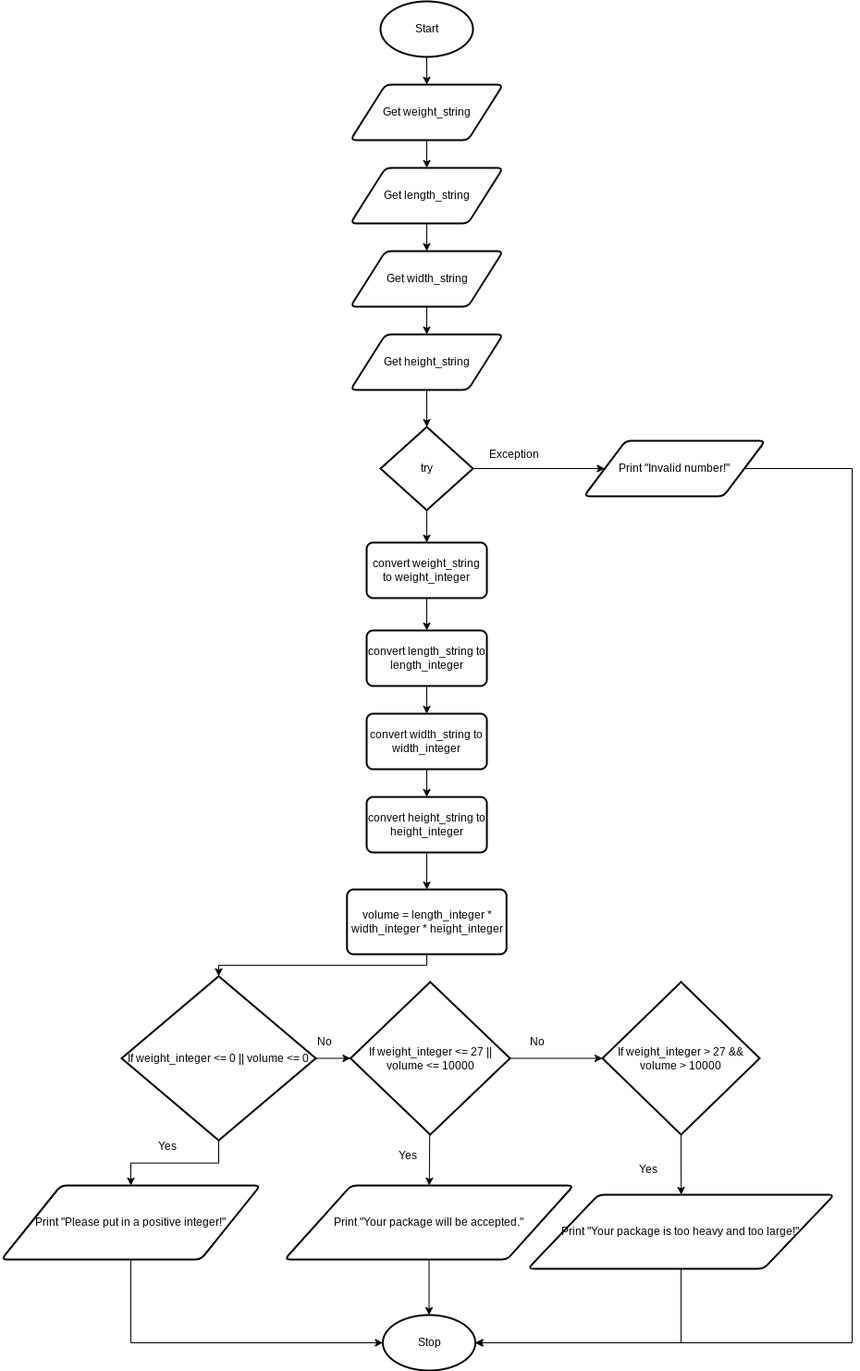
Before: design.package.flowchart.png, a diagram exported from draw.io (Yiyun-Qin/ICS3U-Assignment3-Python). Source tidied: cells renumbered, new cells last; positions are measured from the earlier drawing's top-left corner, leaving out a move shared by most shapes.
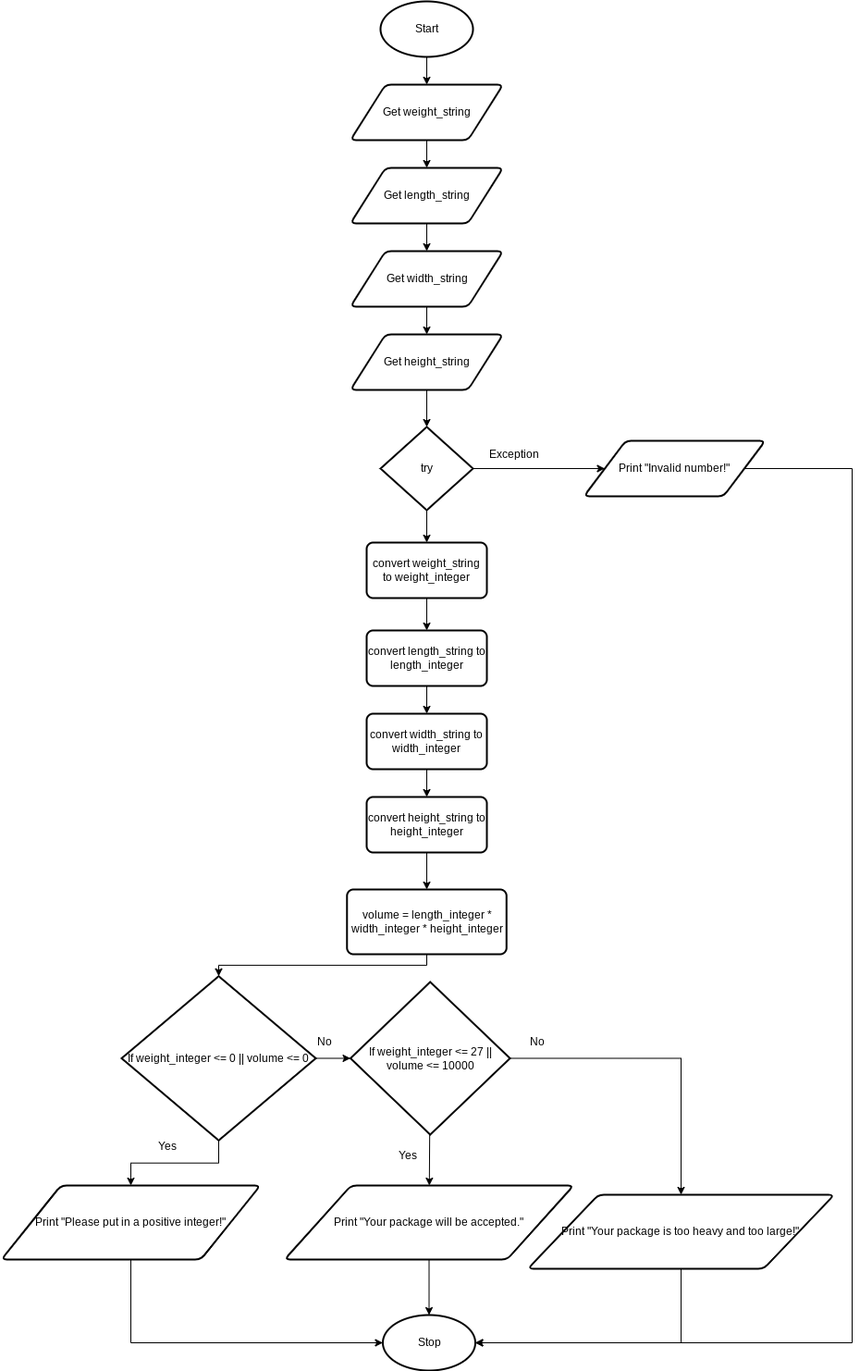
Later version of the same file.

Diff of the diagram source:
```diff
@@ -52,9 +52,9 @@
     <mxCell id="16" style="edgeStyle=none;html=1;" parent="1" edge="1" source="18" target="34">
       <mxGeometry relative="1" as="geometry" />
     </mxCell>
-    <mxCell id="17" style="edgeStyle=orthogonalEdgeStyle;rounded=0;html=1;exitX=1;exitY=0.5;exitDx=0;exitDy=0;exitPerimeter=0;entryX=0;entryY=0.5;entryDx=0;entryDy=0;entryPerimeter=0;" parent="1" edge="1" source="18" target="36">
-      <mxGeometry relative="1" as="geometry" />
-    </mxCell>
+    <mxCell id="47" style="edgeStyle=orthogonalEdgeStyle;html=1;exitX=1;exitY=0.5;exitDx=0;exitDy=0;exitPerimeter=0;entryX=0.5;entryY=0;entryDx=0;entryDy=0;rounded=0;" parent="1" edge="1" source="18" target="38">
+      <mxGeometry relative="1" as="geometry" />
+    </mxCell>
     <mxCell id="18" value="If weight_integer &amp;lt;= 27 || volume &amp;lt;= 10000" style="strokeWidth=2;html=1;shape=mxgraph.flowchart.decision;whiteSpace=wrap;" parent="1" vertex="1">
       <mxGeometry x="377.5" y="1060" width="172.5" height="165" as="geometry" />
     </mxCell>
@@ -106,12 +106,6 @@
     <mxCell id="34" value="Print &quot;Your package will be accepted.&quot;" style="shape=parallelogram;html=1;strokeWidth=2;perimeter=parallelogramPerimeter;whiteSpace=wrap;rounded=1;arcSize=12;size=0.23;" parent="1" vertex="1">
       <mxGeometry x="306.2" y="1280" width="312.5" height="80" as="geometry" />
     </mxCell>
-    <mxCell id="35" style="edgeStyle=orthogonalEdgeStyle;rounded=0;html=1;" parent="1" edge="1" source="36" target="38">
-      <mxGeometry relative="1" as="geometry" />
-    </mxCell>
-    <mxCell id="36" value="If weight_integer &amp;gt; 27 &amp;amp;&amp;amp; volume &amp;gt; 10000" style="strokeWidth=2;html=1;shape=mxgraph.flowchart.decision;whiteSpace=wrap;" parent="1" vertex="1">
-      <mxGeometry x="650" y="1060" width="170" height="165" as="geometry" />
-    </mxCell>
     <mxCell id="37" style="edgeStyle=orthogonalEdgeStyle;rounded=0;html=1;exitX=0.5;exitY=1;exitDx=0;exitDy=0;entryX=1;entryY=0.5;entryDx=0;entryDy=0;entryPerimeter=0;" parent="1" edge="1" source="38" target="6">
       <mxGeometry relative="1" as="geometry" />
     </mxCell>
@@ -142,8 +136,5 @@
     <mxCell id="46" value="No" style="text;html=1;strokeColor=none;fillColor=none;align=center;verticalAlign=middle;whiteSpace=wrap;rounded=0;" parent="1" vertex="1">
       <mxGeometry x="550" y="1110" width="60" height="30" as="geometry" />
     </mxCell>
-    <mxCell id="47" value="Yes" style="text;html=1;strokeColor=none;fillColor=none;align=center;verticalAlign=middle;whiteSpace=wrap;rounded=0;" parent="1" vertex="1">
-      <mxGeometry x="670" y="1245" width="60" height="35" as="geometry" />
-    </mxCell>
   </root>
 </mxGraphModel>
```
